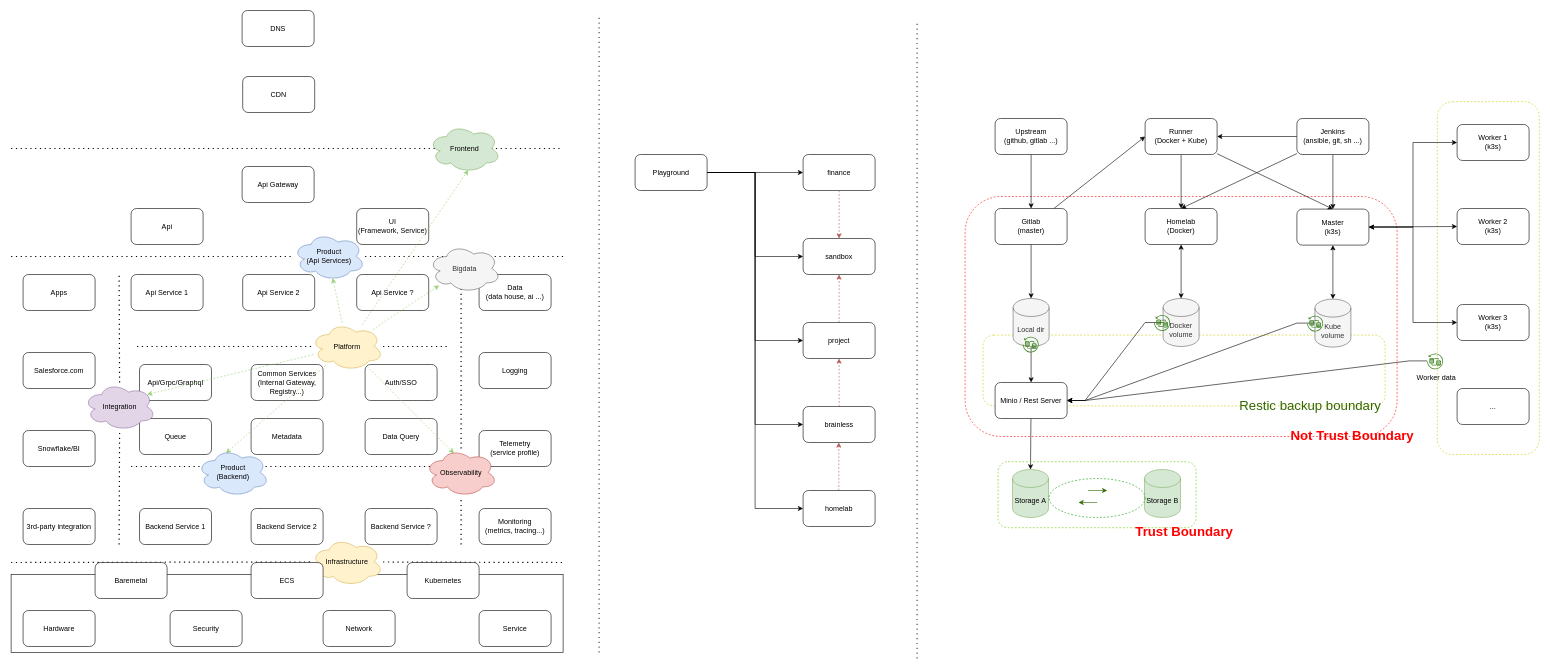
Above: gitlab_backup.drawio in jiangtao7/draw.io (draw.io), before the change. Source tidied: cells renumbered, new cells numbered last; positions are measured from the earlier drawing's top-left corner, leaving out a move shared by most shapes. Both pictures are drawn from the tidied source at 60%, with x=0, y=0 at pixel (11, 10).
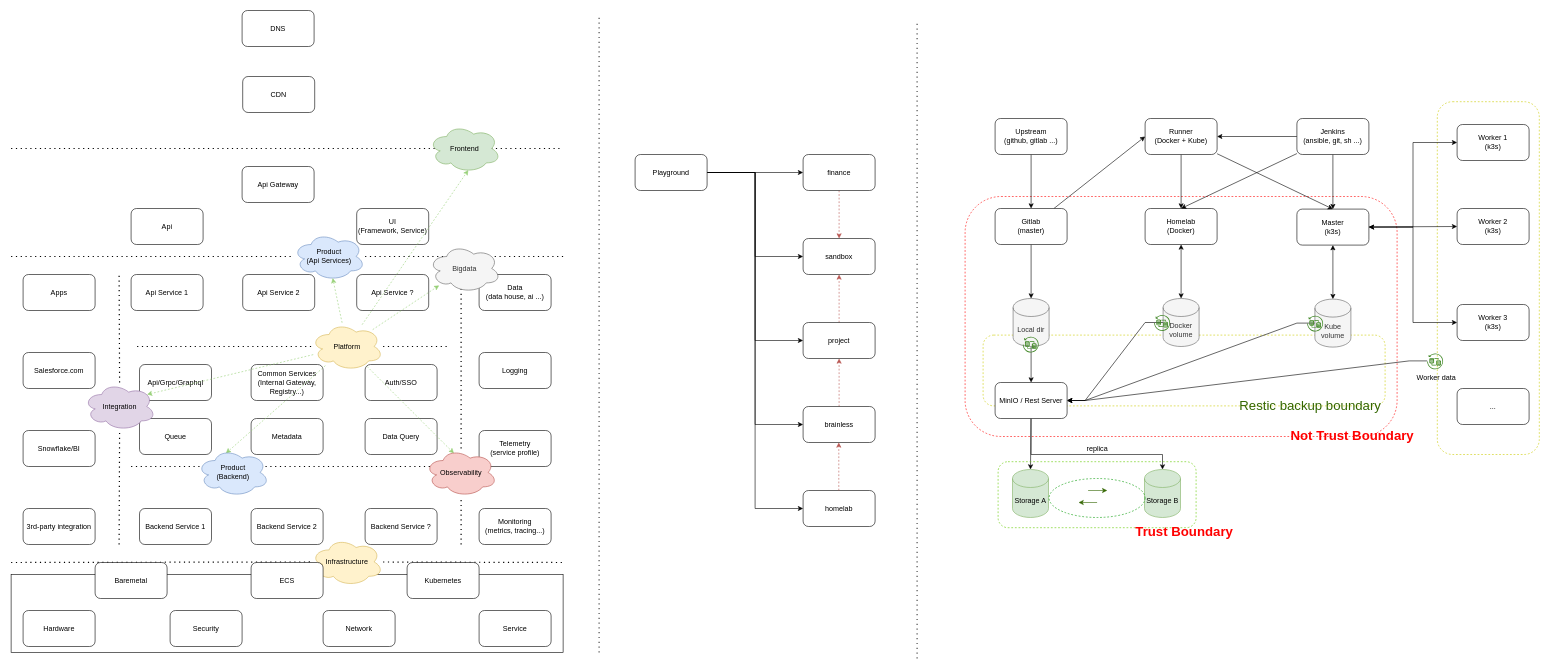
After the change.

The change refers to these unchanged cells:
```xml
<mxCell id="116" value="Storage B" style="shape=cylinder3;whiteSpace=wrap;html=1;boundedLbl=1;backgroundOutline=1;size=15;fillColor=#d5e8d4;strokeColor=#82b366;" parent="1" vertex="1">
  <mxGeometry x="1889" y="765" width="60" height="80" as="geometry" />
</mxCell>
```

The edit, as a diff of the source:
```diff
@@
+    <mxCell id="131" style="edgeStyle=orthogonalEdgeStyle;rounded=0;jettySize=auto;html=1;" parent="1" edge="1" source="113" target="116">
+      <mxGeometry relative="1" as="geometry">
+        <Array as="points">
+          <mxPoint x="1700" y="740" />
+          <mxPoint x="1919" y="740" />
+        </Array>
+      </mxGeometry>
+    </mxCell>
-    <mxCell id="113" value="Minio / Rest Server" style="rounded=1;whiteSpace=wrap;html=1;" parent="1" vertex="1">
+    <mxCell id="113" value="MinIO / Rest Server" style="rounded=1;whiteSpace=wrap;html=1;" parent="1" vertex="1">
       <mxGeometry x="1640" y="620" width="120" height="60" as="geometry" />
     </mxCell>
@@
+    <mxCell id="132" value="replica" style="text;html=1;align=center;verticalAlign=middle;strokeColor=none;fillColor=none;" parent="1" vertex="1">
+      <mxGeometry x="1780" y="715" width="60" height="30" as="geometry" />
+    </mxCell>
```
